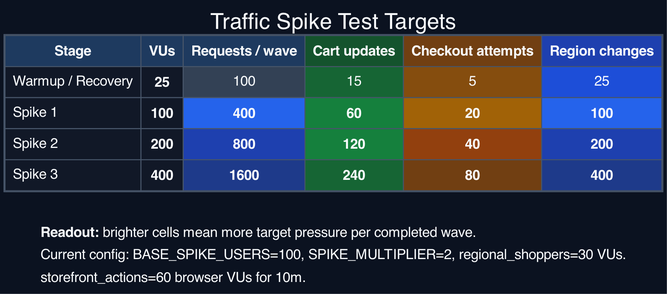
Before: docs/graphviz/traffic-spike-target-heatmap-dark.png, a diagram exported from Graphviz (orenlion1/ensemble-retail). Its source is kept beside it as docs/graphviz/traffic-spike-target-heatmap-dark.dot.
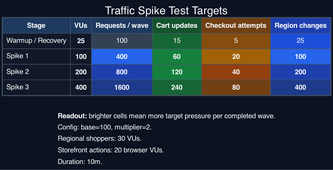
Above is the later version.

Diff of the diagram source:
```diff
@@ -16,8 +16,10 @@
   target_note [label=<
     <TABLE BORDER="0" CELLBORDER="0" CELLSPACING="0" CELLPADDING="4">
       <TR><TD ALIGN="LEFT"><FONT COLOR="#f8fafc"><B>Readout:</B> brighter cells mean more target pressure per completed wave.</FONT></TD></TR>
-      <TR><TD ALIGN="LEFT"><FONT COLOR="#f8fafc">Current config: BASE_SPIKE_USERS=100, SPIKE_MULTIPLIER=2, regional_shoppers=30 VUs.</FONT></TD></TR>
-      <TR><TD ALIGN="LEFT"><FONT COLOR="#f8fafc">storefront_actions=60 browser VUs for 10m.</FONT></TD></TR>
+      <TR><TD ALIGN="LEFT"><FONT COLOR="#f8fafc">Config: base=100, multiplier=2.</FONT></TD></TR>
+      <TR><TD ALIGN="LEFT"><FONT COLOR="#f8fafc">Regional shoppers: 30 VUs.</FONT></TD></TR>
+      <TR><TD ALIGN="LEFT"><FONT COLOR="#f8fafc">Storefront actions: 20 browser VUs.</FONT></TD></TR>
+      <TR><TD ALIGN="LEFT"><FONT COLOR="#f8fafc">Duration: 10m.</FONT></TD></TR>
     </TABLE>
   >];
 
```
